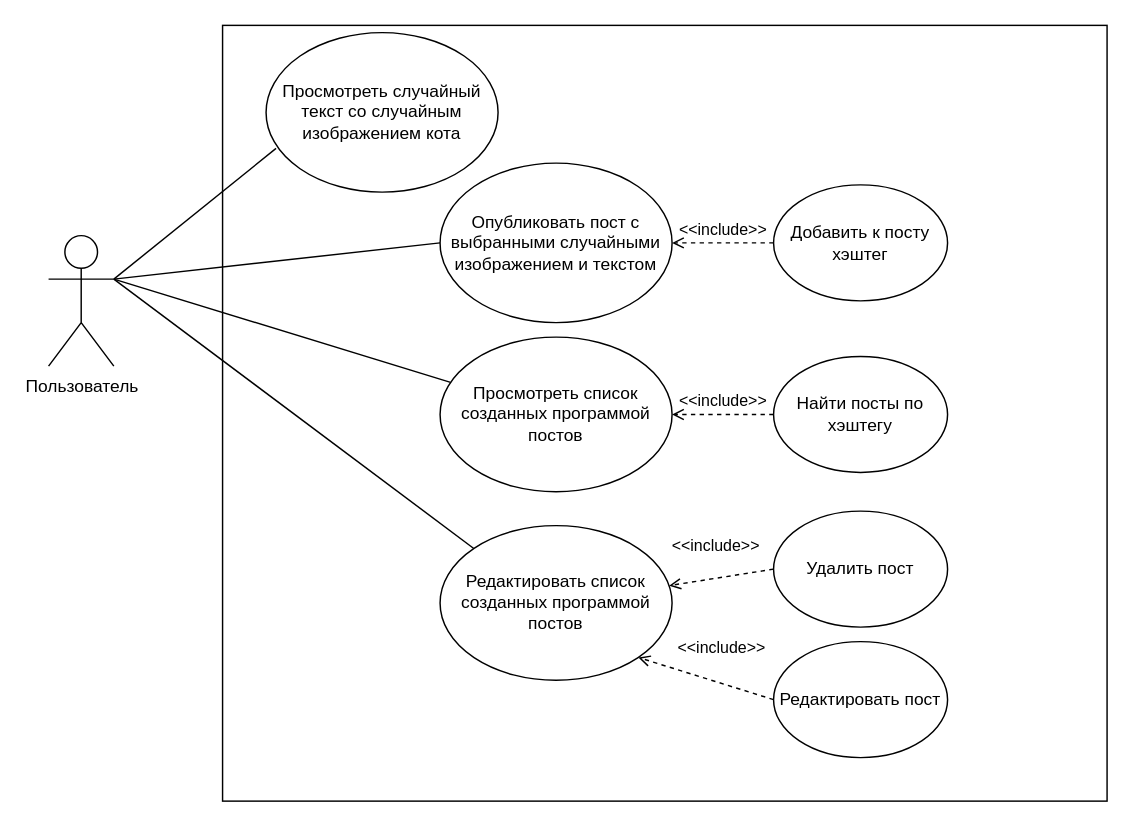
This is task-1-api/Use case.drawio from VladislavMaksimov/psu-distributed-applications, a draw.io file, before an edit. Source tidied: cells renumbered, new cells numbered last; positions are measured from the earlier drawing's top-left corner, leaving out a move shared by most shapes. Both pictures are drawn from the tidied source at 145%, with x=0, y=0 at pixel (48, 25).
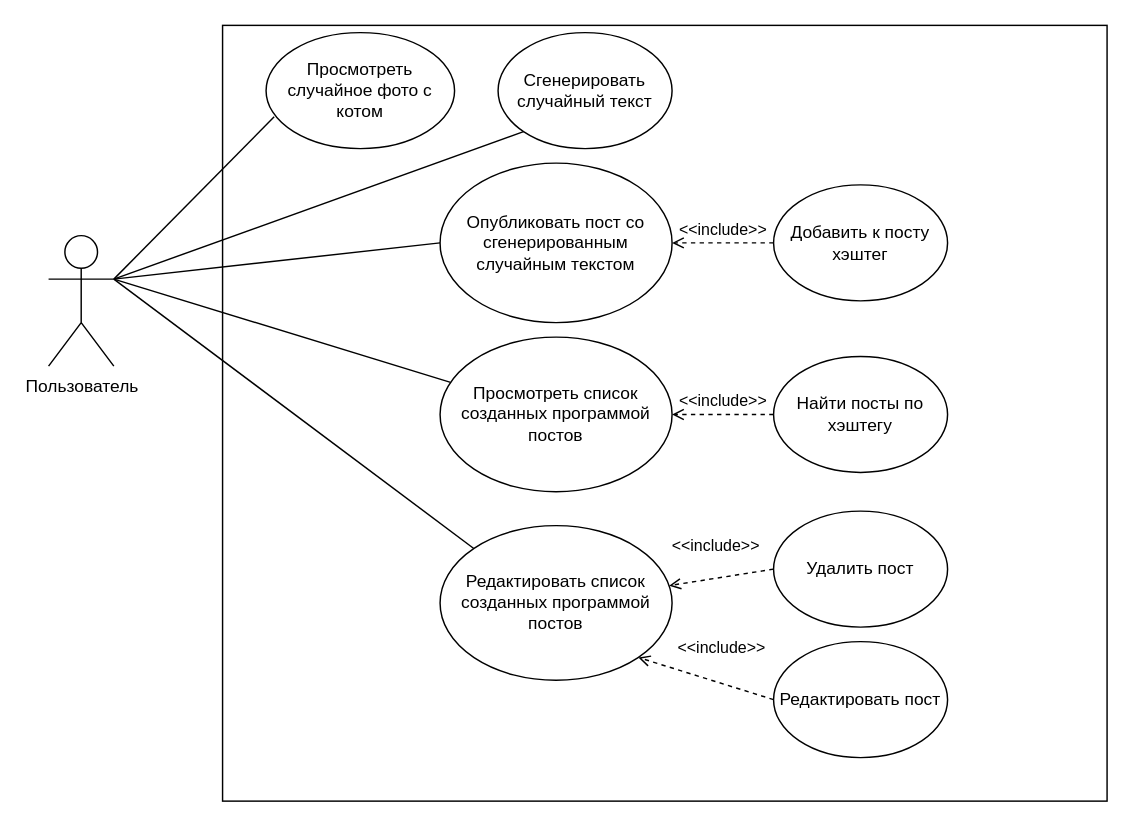
The same page after the edit.

The change refers to these unchanged cells:
```xml
<mxCell id="2" value="Пользователь&lt;br&gt;" style="shape=umlActor;verticalLabelPosition=bottom;verticalAlign=top;html=1;outlineConnect=0;" parent="1" vertex="1">
  <mxGeometry y="145" width="45" height="90" as="geometry" />
</mxCell>
```

Change to the diagram source:
```diff
@@
-    <mxCell id="4" value="Просмотреть случайный текст со случайным изображением кота" style="ellipse;whiteSpace=wrap;html=1;" parent="1" vertex="1">
-      <mxGeometry x="150" y="5" width="160" height="110" as="geometry" />
+    <mxCell id="4" value="Просмотреть случайное фото с котом" style="ellipse;whiteSpace=wrap;html=1;" parent="1" vertex="1">
+      <mxGeometry x="150" y="5" width="130" height="80" as="geometry" />
     </mxCell>
@@
-    <mxCell id="6" value="Опубликовать пост с выбранными случайными изображением и текстом" style="ellipse;whiteSpace=wrap;html=1;" parent="1" vertex="1">
+    <mxCell id="6" value="Опубликовать пост со сгенерированным случайным текстом" style="ellipse;whiteSpace=wrap;html=1;" parent="1" vertex="1">
       <mxGeometry x="270" y="95" width="160" height="110" as="geometry" />
     </mxCell>
@@
+    <mxCell id="20" value="Сгенерировать случайный текст" style="ellipse;whiteSpace=wrap;html=1;" parent="1" vertex="1">
+      <mxGeometry x="310" y="5" width="120" height="80" as="geometry" />
+    </mxCell>
+    <mxCell id="21" style="endArrow=none;html=1;entryX=0;entryY=1;entryDx=0;entryDy=0;exitX=1;exitY=0.3333333333333333;exitDx=0;exitDy=0;exitPerimeter=0;" parent="1" edge="1" source="2" target="20">
+      <mxGeometry relative="1" as="geometry" />
+    </mxCell>
```
